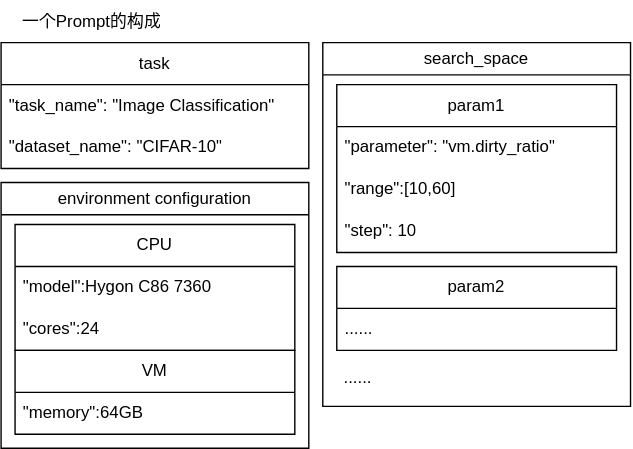
Earlier version of the draw.io export Prompt.svg (Dong-J93/_pictures). Source tidied: cells renumbered, new cells last; positions are measured from the earlier drawing's top-left corner, leaving out a move shared by most shapes.
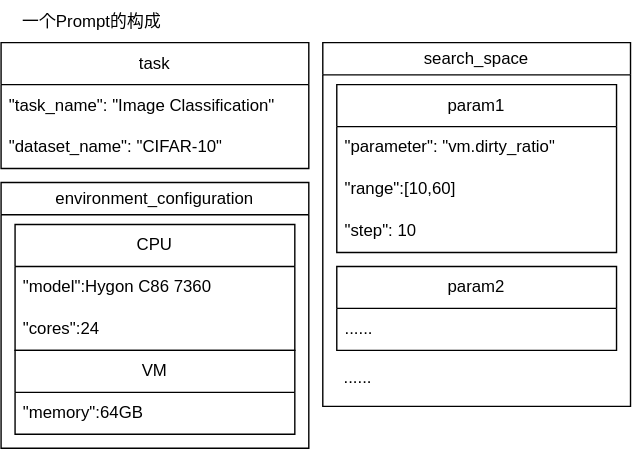
Later version of the same file.

The edit, as a diff of the source:
```diff
@@ -11,7 +11,7 @@
     <mxCell id="4" value="&lt;span class=&quot;hljs-attr&quot;&gt;&quot;dataset_name&quot;&lt;/span&gt;&lt;span class=&quot;hljs-punctuation&quot;&gt;:&lt;/span&gt; &lt;span class=&quot;hljs-string&quot;&gt;&quot;CIFAR-10&quot;&lt;/span&gt;" style="text;strokeColor=none;fillColor=none;align=left;verticalAlign=middle;spacingLeft=4;spacingRight=4;overflow=hidden;whiteSpace=wrap;html=1;" parent="2" vertex="1">
       <mxGeometry y="60" width="220" height="30" as="geometry" />
     </mxCell>
-    <mxCell id="5" value="&lt;span style=&quot;font-weight: normal;&quot;&gt;environment configuration&lt;/span&gt;" style="swimlane;whiteSpace=wrap;html=1;startSize=23;" parent="1" vertex="1">
+    <mxCell id="5" value="&lt;span style=&quot;font-weight: normal;&quot;&gt;environment_configuration&lt;/span&gt;" style="swimlane;whiteSpace=wrap;html=1;startSize=23;" parent="1" vertex="1">
       <mxGeometry y="130" width="220" height="190" as="geometry" />
     </mxCell>
     <mxCell id="6" value="CPU" style="swimlane;fontStyle=0;horizontal=1;startSize=30;whiteSpace=wrap;html=1;" parent="5" vertex="1">
```
